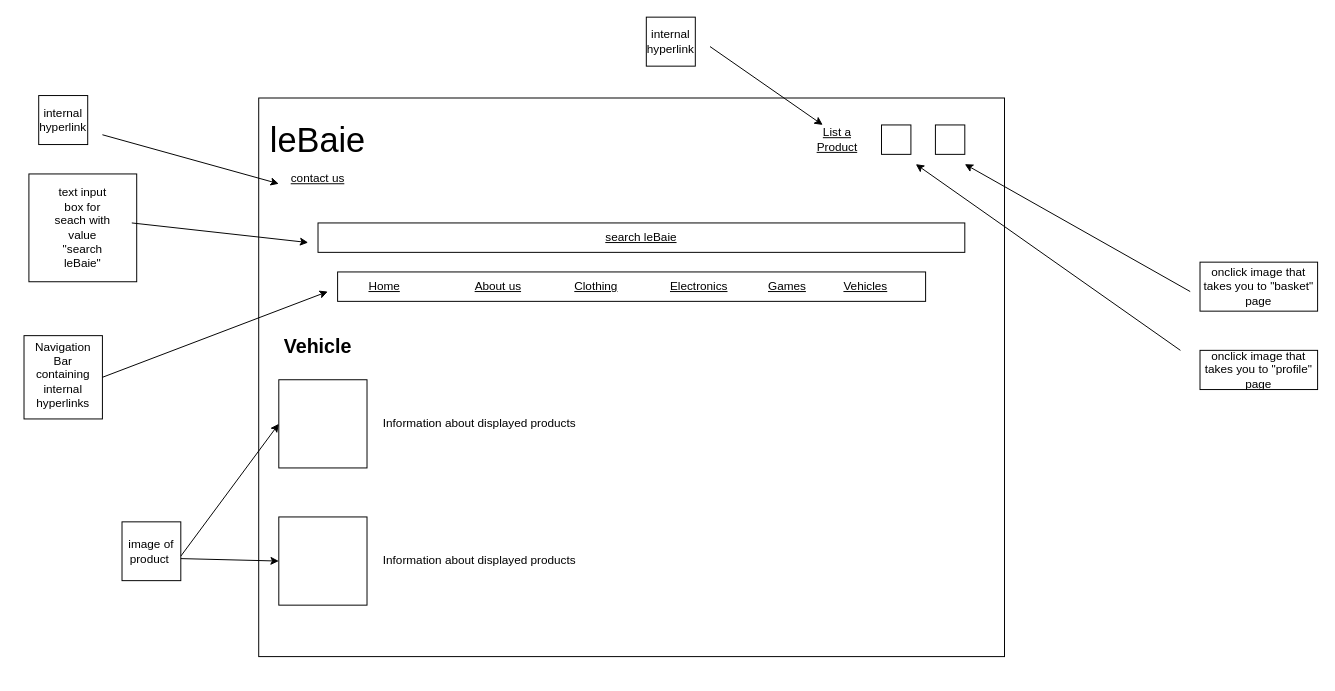
LordLoganM/AH-Computing-Project---LeBaie keeps this draw.io diagram as Design - Wireframes/vehicles.drawio. Above is the earlier version. Source tidied: cells renumbered, new cells numbered last; positions are measured from the earlier drawing's top-left corner, leaving out a move shared by most shapes. Both pictures are drawn from the tidied source at 98%, with x=0, y=0 at pixel (24, 17).
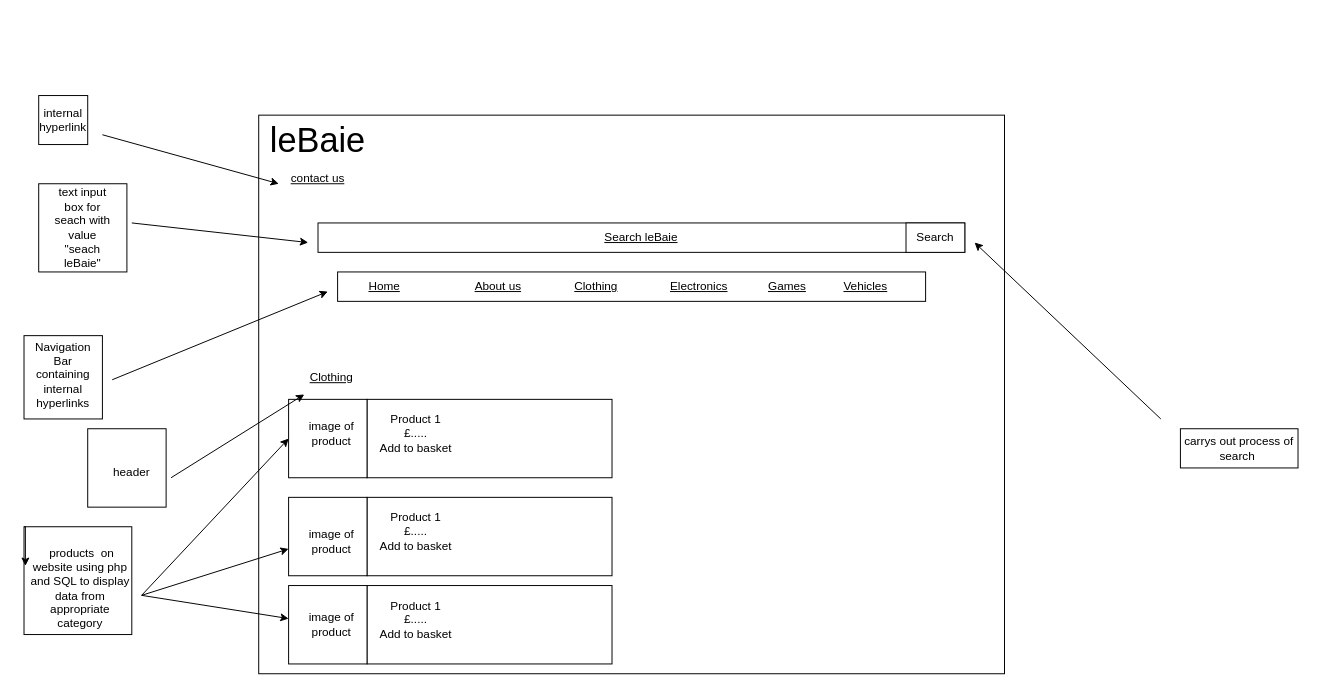
The same diagram, later.

Change to the diagram source:
```diff
@@
-    <mxCell id="2" style="rounded=0;whiteSpace=wrap;html=1;fillColor=none;fontStyle=4;" parent="1" vertex="1">
-      <mxGeometry x="239.5" y="82.5" width="761" height="570" as="geometry" />
-    </mxCell>
-    <mxCell id="3" style="rounded=0;whiteSpace=wrap;html=1;fillColor=none;" parent="1" vertex="1">
-      <mxGeometry x="320" y="260" width="600" height="30" as="geometry" />
-    </mxCell>
-    <mxCell id="4" value="search leBaie" style="rounded=0;whiteSpace=wrap;html=1;fontStyle=4;" parent="1" vertex="1">
-      <mxGeometry x="300" y="210" width="660" height="30" as="geometry" />
-    </mxCell>
+    <mxCell id="41" style="rounded=0;whiteSpace=wrap;html=1;fillColor=none;fontStyle=4;" parent="1" vertex="1">
+      <mxGeometry x="239.5" y="100" width="761" height="570" as="geometry" />
+    </mxCell>
+    <mxCell id="42" style="rounded=0;whiteSpace=wrap;html=1;" parent="1" vertex="1">
+      <mxGeometry x="350" y="390" width="250" height="80" as="geometry" />
+    </mxCell>
+    <mxCell id="43" style="rounded=0;whiteSpace=wrap;html=1;fillColor=none;" parent="1" vertex="1">
+      <mxGeometry y="325" width="80" height="85" as="geometry" />
+    </mxCell>
+    <mxCell id="44" style="whiteSpace=wrap;html=1;fillColor=none;" parent="1" vertex="1">
+      <mxGeometry y="520" width="110" height="110" as="geometry" />
+    </mxCell>
+    <mxCell id="45" style="rounded=0;whiteSpace=wrap;html=1;fillColor=none;" parent="1" vertex="1">
+      <mxGeometry x="320" y="260" width="600" height="30" as="geometry" />
+    </mxCell>
+    <mxCell id="46" style="whiteSpace=wrap;html=1;fillColor=none;" parent="1" vertex="1">
+      <mxGeometry x="15" y="80" width="50" height="50" as="geometry" />
+    </mxCell>
+    <mxCell id="47" style="whiteSpace=wrap;html=1;fillColor=none;" parent="1" vertex="1">
+      <mxGeometry x="15" y="170" width="90" height="90" as="geometry" />
+    </mxCell>
+    <mxCell id="48" style="endArrow=none;html=1;rounded=0;" parent="1" edge="1">
+      <mxGeometry relative="1" as="geometry">
+        <mxPoint x="370" y="605" as="sourcePoint" />
+        <mxPoint x="370" y="605" as="targetPoint" />
+      </mxGeometry>
+    </mxCell>
+    <mxCell id="49" value="Search leBaie" style="rounded=0;whiteSpace=wrap;html=1;fontStyle=4;" parent="1" vertex="1">
+      <mxGeometry x="300" y="210" width="660" height="30" as="geometry" />
+    </mxCell>
+    <mxCell id="12" value="&lt;font style=&quot;font-size: 35px;&quot;&gt;leBaie&lt;/font&gt;" style="text;html=1;strokeColor=none;fillColor=none;align=center;verticalAlign=middle;whiteSpace=wrap;rounded=0;fontStyle=0;" parent="1" vertex="1">
+      <mxGeometry x="270" y="120" width="60" height="10" as="geometry" />
+    </mxCell>
@@
-    <mxCell id="12" value="&lt;span style=&quot;font-size: 35px;&quot;&gt;leBaie&lt;/span&gt;" style="text;html=1;strokeColor=none;fillColor=none;align=center;verticalAlign=middle;whiteSpace=wrap;rounded=0;fontStyle=0;" parent="1" vertex="1">
-      <mxGeometry x="270" y="120" width="60" height="10" as="geometry" />
-    </mxCell>
-    <mxCell id="13" value="&lt;span style=&quot;font-size: 20px;&quot;&gt;&lt;b&gt;Vehicle&lt;/b&gt;&lt;/span&gt;" style="text;html=1;strokeColor=none;fillColor=none;align=center;verticalAlign=middle;whiteSpace=wrap;rounded=0;" parent="1" vertex="1">
-      <mxGeometry x="270" y="320" width="60" height="30" as="geometry" />
-    </mxCell>
-    <mxCell id="14" style="whiteSpace=wrap;html=1;" parent="1" vertex="1">
-      <mxGeometry x="875" y="110" width="30" height="30" as="geometry" />
-    </mxCell>
-    <mxCell id="15" style="whiteSpace=wrap;html=1;" parent="1" vertex="1">
-      <mxGeometry x="930" y="110" width="30" height="30" as="geometry" />
-    </mxCell>
-    <mxCell id="16" style="endArrow=classic;html=1;rounded=0;" parent="1" edge="1">
-      <mxGeometry relative="1" as="geometry">
-        <mxPoint x="1180" y="340" as="sourcePoint" />
-        <mxPoint x="910" y="150" as="targetPoint" />
-      </mxGeometry>
-    </mxCell>
-    <mxCell id="17" value="onclick image that takes you to &quot;profile&quot; page" style="rounded=0;whiteSpace=wrap;html=1;fillColor=none;" parent="1" vertex="1">
-      <mxGeometry x="1200" y="340" width="120" height="40" as="geometry" />
-    </mxCell>
-    <mxCell id="18" style="endArrow=classic;html=1;rounded=0;" parent="1" edge="1">
-      <mxGeometry relative="1" as="geometry">
-        <mxPoint x="1190" y="280" as="sourcePoint" />
-        <mxPoint x="960" y="150" as="targetPoint" />
-      </mxGeometry>
-    </mxCell>
-    <mxCell id="19" value="onclick image that takes you to &quot;basket&quot; page" style="rounded=0;whiteSpace=wrap;html=1;fillColor=none;" parent="1" vertex="1">
-      <mxGeometry x="1200" y="250" width="120" height="50" as="geometry" />
-    </mxCell>
-    <mxCell id="20" style="whiteSpace=wrap;html=1;" parent="1" vertex="1">
-      <mxGeometry x="260" y="510" width="90" height="90" as="geometry" />
-    </mxCell>
-    <mxCell id="21" style="whiteSpace=wrap;html=1;" parent="1" vertex="1">
-      <mxGeometry x="260" y="370" width="90" height="90" as="geometry" />
-    </mxCell>
-    <mxCell id="22" style="endArrow=classic;html=1;rounded=0;exitX=1;exitY=0.75;exitDx=0;exitDy=0;entryX=0;entryY=0.5;entryDx=0;entryDy=0;" parent="1" edge="1" source="24" target="20">
-      <mxGeometry relative="1" as="geometry" />
-    </mxCell>
-    <mxCell id="23" style="endArrow=classic;html=1;rounded=0;entryX=0;entryY=0.5;entryDx=0;entryDy=0;" parent="1" edge="1" target="21">
-      <mxGeometry relative="1" as="geometry">
-        <mxPoint x="160" y="550" as="sourcePoint" />
-      </mxGeometry>
-    </mxCell>
-    <mxCell id="24" value="image of product&amp;nbsp;" style="text;html=1;strokeColor=none;fillColor=none;align=center;verticalAlign=middle;whiteSpace=wrap;rounded=0;" parent="1" vertex="1">
-      <mxGeometry x="100" y="530" width="60" height="30" as="geometry" />
-    </mxCell>
-    <mxCell id="25" value="Information about displayed products" style="text;html=1;strokeColor=none;fillColor=none;align=center;verticalAlign=middle;whiteSpace=wrap;rounded=0;" parent="1" vertex="1">
-      <mxGeometry x="360" y="400" width="210" height="30" as="geometry" />
-    </mxCell>
-    <mxCell id="26" value="Information about displayed products" style="text;html=1;strokeColor=none;fillColor=none;align=center;verticalAlign=middle;whiteSpace=wrap;rounded=0;" parent="1" vertex="1">
-      <mxGeometry x="360" y="540" width="210" height="30" as="geometry" />
-    </mxCell>
-    <mxCell id="27" style="whiteSpace=wrap;html=1;fillColor=none;" parent="1" vertex="1">
-      <mxGeometry x="5" y="160" width="110" height="110" as="geometry" />
-    </mxCell>
-    <mxCell id="28" style="endArrow=classic;html=1;rounded=0;" parent="1" edge="1">
-      <mxGeometry relative="1" as="geometry">
-        <mxPoint x="110" y="210" as="sourcePoint" />
-        <mxPoint x="290" y="230" as="targetPoint" />
-      </mxGeometry>
-    </mxCell>
-    <mxCell id="29" value="text input box for seach with value &quot;search leBaie&quot;" style="text;html=1;strokeColor=none;fillColor=none;align=center;verticalAlign=middle;whiteSpace=wrap;rounded=0;" parent="1" vertex="1">
-      <mxGeometry x="30" y="200" width="60" height="30" as="geometry" />
-    </mxCell>
-    <mxCell id="30" style="rounded=0;whiteSpace=wrap;html=1;fillColor=none;" parent="1" vertex="1">
-      <mxGeometry y="325" width="80" height="85" as="geometry" />
-    </mxCell>
+    <mxCell id="50" value="&lt;u&gt;Clothing&lt;/u&gt;" style="text;html=1;strokeColor=none;fillColor=none;align=center;verticalAlign=middle;whiteSpace=wrap;rounded=0;" parent="1" vertex="1">
+      <mxGeometry x="174" y="350" width="280" height="35" as="geometry" />
+    </mxCell>
+    <mxCell id="51" style="whiteSpace=wrap;html=1;" parent="1" vertex="1">
+      <mxGeometry x="270" y="390" width="80" height="80" as="geometry" />
+    </mxCell>
+    <mxCell id="52" value="Product 1&lt;br&gt;£.....&lt;br&gt;Add to basket" style="text;html=1;strokeColor=none;fillColor=none;align=center;verticalAlign=middle;whiteSpace=wrap;rounded=0;" parent="1" vertex="1">
+      <mxGeometry x="350" y="410" width="100" height="30" as="geometry" />
+    </mxCell>
@@
-    <mxCell id="32" style="endArrow=classic;html=1;rounded=0;exitX=1;exitY=0.5;exitDx=0;exitDy=0;" parent="1" edge="1" source="30">
-      <mxGeometry relative="1" as="geometry">
-        <mxPoint x="310" y="280" as="targetPoint" />
-      </mxGeometry>
-    </mxCell>
-    <mxCell id="33" style="rounded=0;whiteSpace=wrap;html=1;fillColor=none;" parent="1" vertex="1">
-      <mxGeometry x="100" y="515" width="60" height="60" as="geometry" />
-    </mxCell>
-    <mxCell id="34" style="whiteSpace=wrap;html=1;fillColor=none;" parent="1" vertex="1">
-      <mxGeometry x="15" y="80" width="50" height="50" as="geometry" />
-    </mxCell>
-    <mxCell id="35" value="internal hyperlink " style="text;html=1;fillColor=none;align=center;verticalAlign=middle;whiteSpace=wrap;rounded=0;" parent="1" vertex="1">
-      <mxGeometry x="10" y="90" width="60" height="30" as="geometry" />
-    </mxCell>
-    <mxCell id="36" style="endArrow=classic;html=1;rounded=0;" parent="1" edge="1">
-      <mxGeometry relative="1" as="geometry">
-        <mxPoint x="80" y="120" as="sourcePoint" />
-        <mxPoint x="260" y="170" as="targetPoint" />
-      </mxGeometry>
-    </mxCell>
-    <mxCell id="37" value="&lt;u&gt;List a Product&lt;/u&gt;" style="text;html=1;strokeColor=none;fillColor=none;align=center;verticalAlign=middle;whiteSpace=wrap;rounded=0;" parent="1" vertex="1">
-      <mxGeometry x="800" y="110" width="60" height="30" as="geometry" />
-    </mxCell>
-    <mxCell id="38" style="whiteSpace=wrap;html=1;fillColor=none;" parent="1" vertex="1">
-      <mxGeometry x="635" width="50" height="50" as="geometry" />
-    </mxCell>
-    <mxCell id="39" value="internal hyperlink " style="text;html=1;fillColor=none;align=center;verticalAlign=middle;whiteSpace=wrap;rounded=0;" parent="1" vertex="1">
-      <mxGeometry x="630" y="10" width="60" height="30" as="geometry" />
-    </mxCell>
-    <mxCell id="40" style="endArrow=classic;html=1;rounded=0;entryX=0.25;entryY=0;entryDx=0;entryDy=0;" parent="1" edge="1" target="37">
-      <mxGeometry relative="1" as="geometry">
-        <mxPoint x="700" y="30" as="sourcePoint" />
-      </mxGeometry>
-    </mxCell>
+    <mxCell id="53" value="&amp;nbsp;products&amp;nbsp; on website using php and SQL to display data from appropriate category" style="text;html=1;strokeColor=none;fillColor=none;align=center;verticalAlign=middle;whiteSpace=wrap;rounded=0;" parent="1" vertex="1">
+      <mxGeometry x="5" y="520" width="105" height="125" as="geometry" />
+    </mxCell>
+    <mxCell id="54" value="internal hyperlink " style="text;html=1;fillColor=none;align=center;verticalAlign=middle;whiteSpace=wrap;rounded=0;" parent="1" vertex="1">
+      <mxGeometry x="10" y="90" width="60" height="30" as="geometry" />
+    </mxCell>
+    <mxCell id="55" style="endArrow=classic;html=1;rounded=0;" parent="1" edge="1">
+      <mxGeometry relative="1" as="geometry">
+        <mxPoint x="90" y="370" as="sourcePoint" />
+        <mxPoint x="310" y="280" as="targetPoint" />
+      </mxGeometry>
+    </mxCell>
+    <mxCell id="56" style="endArrow=classic;html=1;rounded=0;" parent="1" edge="1">
+      <mxGeometry relative="1" as="geometry">
+        <mxPoint x="120" y="590" as="sourcePoint" />
+        <mxPoint x="270" y="542.6" as="targetPoint" />
+      </mxGeometry>
+    </mxCell>
+    <mxCell id="57" style="endArrow=classic;html=1;rounded=0;" parent="1" edge="1">
+      <mxGeometry relative="1" as="geometry">
+        <mxPoint x="80" y="120" as="sourcePoint" />
+        <mxPoint x="260" y="170" as="targetPoint" />
+      </mxGeometry>
+    </mxCell>
+    <mxCell id="58" style="endArrow=classic;html=1;rounded=0;" parent="1" edge="1">
+      <mxGeometry relative="1" as="geometry">
+        <mxPoint x="120" y="590" as="sourcePoint" />
+        <mxPoint x="270" y="613.7" as="targetPoint" />
+      </mxGeometry>
+    </mxCell>
+    <mxCell id="59" style="endArrow=classic;html=1;rounded=0;entryX=0;entryY=0.5;entryDx=0;entryDy=0;" parent="1" edge="1" target="51">
+      <mxGeometry relative="1" as="geometry">
+        <mxPoint x="120" y="590" as="sourcePoint" />
+      </mxGeometry>
+    </mxCell>
+    <mxCell id="60" style="endArrow=classic;html=1;rounded=0;" parent="1" edge="1">
+      <mxGeometry relative="1" as="geometry">
+        <mxPoint x="110" y="210" as="sourcePoint" />
+        <mxPoint x="290" y="230" as="targetPoint" />
+      </mxGeometry>
+    </mxCell>
+    <mxCell id="61" value="text input box for seach with value &quot;seach leBaie&quot; " style="text;html=1;strokeColor=none;fillColor=none;align=center;verticalAlign=middle;whiteSpace=wrap;rounded=0;" parent="1" vertex="1">
+      <mxGeometry x="30" y="200" width="60" height="30" as="geometry" />
+    </mxCell>
+    <mxCell id="62" value="Search" style="rounded=0;whiteSpace=wrap;html=1;" parent="1" vertex="1">
+      <mxGeometry x="900" y="210" width="60" height="30" as="geometry" />
+    </mxCell>
+    <mxCell id="63" style="endArrow=classic;html=1;rounded=0;" parent="1" edge="1">
+      <mxGeometry relative="1" as="geometry">
+        <mxPoint x="1160" y="410" as="sourcePoint" />
+        <mxPoint x="970" y="230" as="targetPoint" />
+      </mxGeometry>
+    </mxCell>
+    <mxCell id="64" value="carrys out process of search&amp;nbsp;" style="rounded=0;whiteSpace=wrap;html=1;fillColor=none;" parent="1" vertex="1">
+      <mxGeometry x="1180" y="420" width="120" height="40" as="geometry" />
+    </mxCell>
+    <mxCell id="65" style="endArrow=none;html=1;rounded=0;" parent="1" edge="1">
+      <mxGeometry relative="1" as="geometry">
+        <mxPoint x="1280" y="570" as="sourcePoint" />
+        <mxPoint x="1280" y="570" as="targetPoint" />
+      </mxGeometry>
+    </mxCell>
+    <mxCell id="66" style="edgeStyle=orthogonalEdgeStyle;rounded=0;orthogonalLoop=1;jettySize=auto;html=1;exitX=0;exitY=0;exitDx=0;exitDy=0;entryX=0.013;entryY=0.363;entryDx=0;entryDy=0;entryPerimeter=0;" parent="1" edge="1" source="44" target="44">
+      <mxGeometry relative="1" as="geometry" />
+    </mxCell>
+    <mxCell id="67" style="rounded=0;whiteSpace=wrap;html=1;" parent="1" vertex="1">
+      <mxGeometry x="350" y="490" width="250" height="80" as="geometry" />
+    </mxCell>
+    <mxCell id="68" style="whiteSpace=wrap;html=1;" parent="1" vertex="1">
+      <mxGeometry x="270" y="490" width="80" height="80" as="geometry" />
+    </mxCell>
+    <mxCell id="69" value="Product 1&lt;br&gt;£.....&lt;br&gt;Add to basket" style="text;html=1;strokeColor=none;fillColor=none;align=center;verticalAlign=middle;whiteSpace=wrap;rounded=0;" parent="1" vertex="1">
+      <mxGeometry x="350" y="510" width="100" height="30" as="geometry" />
+    </mxCell>
+    <mxCell id="70" style="rounded=0;whiteSpace=wrap;html=1;" parent="1" vertex="1">
+      <mxGeometry x="350" y="580" width="250" height="80" as="geometry" />
+    </mxCell>
+    <mxCell id="71" style="whiteSpace=wrap;html=1;" parent="1" vertex="1">
+      <mxGeometry x="270" y="580" width="80" height="80" as="geometry" />
+    </mxCell>
+    <mxCell id="72" value="Product 1&lt;br&gt;£.....&lt;br&gt;Add to basket" style="text;html=1;strokeColor=none;fillColor=none;align=center;verticalAlign=middle;whiteSpace=wrap;rounded=0;" parent="1" vertex="1">
+      <mxGeometry x="350" y="600" width="100" height="30" as="geometry" />
+    </mxCell>
+    <mxCell id="73" value="image of product" style="text;html=1;strokeColor=none;fillColor=none;align=center;verticalAlign=middle;whiteSpace=wrap;rounded=0;" parent="1" vertex="1">
+      <mxGeometry x="284" y="410" width="60" height="30" as="geometry" />
+    </mxCell>
+    <mxCell id="74" value="image of product" style="text;html=1;strokeColor=none;fillColor=none;align=center;verticalAlign=middle;whiteSpace=wrap;rounded=0;" parent="1" vertex="1">
+      <mxGeometry x="284" y="520" width="60" height="30" as="geometry" />
+    </mxCell>
+    <mxCell id="75" value="image of product" style="text;html=1;strokeColor=none;fillColor=none;align=center;verticalAlign=middle;whiteSpace=wrap;rounded=0;" parent="1" vertex="1">
+      <mxGeometry x="284" y="605" width="60" height="30" as="geometry" />
+    </mxCell>
+    <mxCell id="76" style="whiteSpace=wrap;html=1;" parent="1" vertex="1">
+      <mxGeometry x="65" y="420" width="80" height="80" as="geometry" />
+    </mxCell>
+    <mxCell id="77" value="header" style="text;html=1;strokeColor=none;fillColor=none;align=center;verticalAlign=middle;whiteSpace=wrap;rounded=0;" parent="1" vertex="1">
+      <mxGeometry x="80" y="450" width="60" height="30" as="geometry" />
+    </mxCell>
+    <mxCell id="78" style="endArrow=classic;html=1;rounded=0;" parent="1" edge="1" target="50">
+      <mxGeometry relative="1" as="geometry">
+        <mxPoint x="150" y="470" as="sourcePoint" />
+      </mxGeometry>
+    </mxCell>
```
